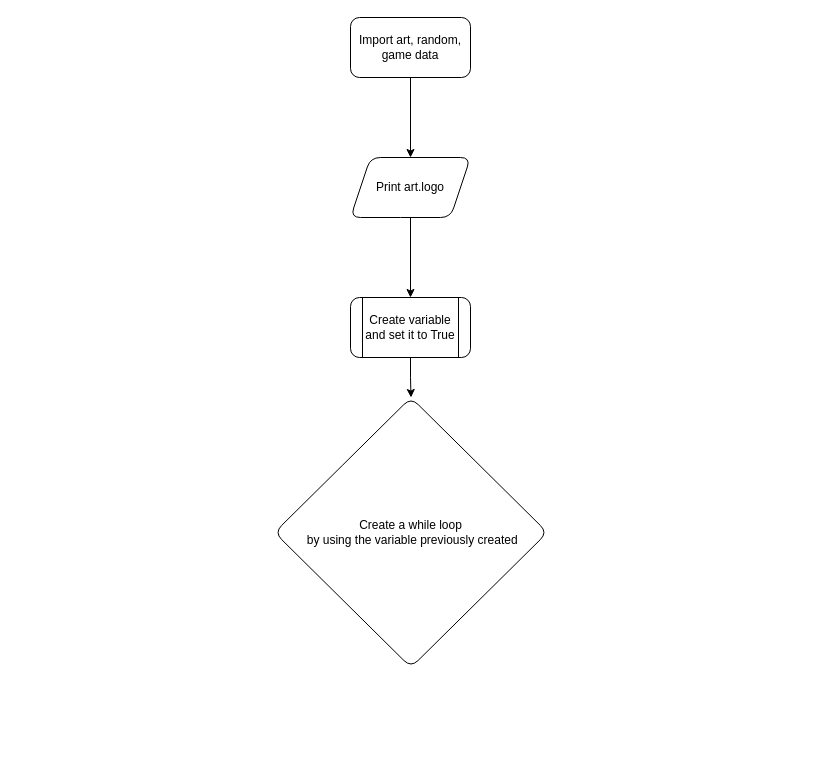
Matasem-h/new_flowcharts keeps this draw.io diagram as HighOrLowGame.drawio. Above is the earlier version. Source tidied: cells renumbered, new cells numbered last; positions are measured from the earlier drawing's top-left corner, leaving out a move shared by most shapes. Both pictures are drawn from the tidied source at 100%, with x=0, y=0 at pixel (274, 17).
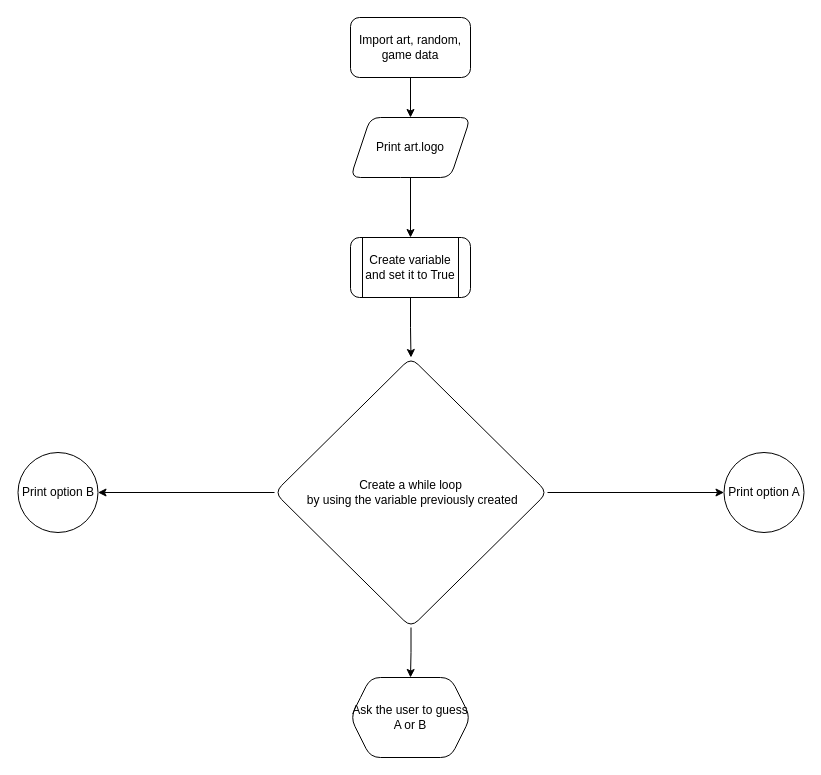
The same page after the edit.

Change to the diagram source:
```diff
@@
 <mxGraphModel>
   <root>
     <mxCell id="0" />
     <mxCell id="1" parent="0" />
     <mxCell id="2" style="edgeStyle=orthogonalEdgeStyle;rounded=0;jettySize=auto;html=1;" parent="1" edge="1" source="3" target="5">
       <mxGeometry relative="1" as="geometry" />
     </mxCell>
     <mxCell id="3" value="&lt;div&gt;Import art, random, game data&lt;br&gt;&lt;/div&gt;" style="rounded=1;whiteSpace=wrap;html=1;" parent="1" vertex="1">
       <mxGeometry x="76" width="120" height="60" as="geometry" />
     </mxCell>
     <mxCell id="4" style="edgeStyle=orthogonalEdgeStyle;rounded=0;jettySize=auto;html=1;" parent="1" edge="1" source="5" target="7">
       <mxGeometry relative="1" as="geometry" />
     </mxCell>
     <mxCell id="5" value="Print art.logo" style="shape=parallelogram;perimeter=parallelogramPerimeter;whiteSpace=wrap;html=1;fixedSize=1;rounded=1;" parent="1" vertex="1">
-      <mxGeometry x="76" y="140" width="120" height="60" as="geometry" />
+      <mxGeometry x="76" y="100" width="120" height="60" as="geometry" />
     </mxCell>
     <mxCell id="6" style="edgeStyle=orthogonalEdgeStyle;rounded=0;jettySize=auto;html=1;" parent="1" edge="1" source="7" target="8">
       <mxGeometry relative="1" as="geometry" />
     </mxCell>
     <mxCell id="7" value="Create variable and set it to True" style="shape=process;whiteSpace=wrap;html=1;backgroundOutline=1;rounded=1;" parent="1" vertex="1">
-      <mxGeometry x="76" y="280" width="120" height="60" as="geometry" />
+      <mxGeometry x="76" y="220" width="120" height="60" as="geometry" />
     </mxCell>
+    <mxCell id="9" style="edgeStyle=orthogonalEdgeStyle;rounded=0;jettySize=auto;html=1;" parent="1" edge="1" source="8" target="12">
+      <mxGeometry relative="1" as="geometry" />
+    </mxCell>
+    <mxCell id="10" style="edgeStyle=orthogonalEdgeStyle;rounded=0;jettySize=auto;html=1;" parent="1" edge="1" source="8" target="13">
+      <mxGeometry relative="1" as="geometry" />
+    </mxCell>
+    <mxCell id="11" style="edgeStyle=orthogonalEdgeStyle;rounded=0;jettySize=auto;html=1;" parent="1" edge="1" source="8" target="14">
+      <mxGeometry relative="1" as="geometry" />
+    </mxCell>
     <mxCell id="8" value="&lt;div&gt;Create a while loop&lt;/div&gt;&lt;div&gt;&amp;nbsp;by using the variable previously created&lt;br&gt;&lt;/div&gt;" style="rhombus;whiteSpace=wrap;html=1;rounded=1;" parent="1" vertex="1">
-      <mxGeometry y="380" width="273" height="270" as="geometry" />
+      <mxGeometry y="340" width="273" height="270" as="geometry" />
     </mxCell>
+    <mxCell id="12" value="Print option A" style="ellipse;whiteSpace=wrap;html=1;rounded=1;" parent="1" vertex="1">
+      <mxGeometry x="449.5" y="435" width="80" height="80" as="geometry" />
+    </mxCell>
+    <mxCell id="13" value="Print option B" style="ellipse;whiteSpace=wrap;html=1;rounded=1;" parent="1" vertex="1">
+      <mxGeometry x="-256.5" y="435" width="80" height="80" as="geometry" />
+    </mxCell>
+    <mxCell id="14" value="Ask the user to guess A or B" style="shape=hexagon;perimeter=hexagonPerimeter2;whiteSpace=wrap;html=1;fixedSize=1;rounded=1;" parent="1" vertex="1">
+      <mxGeometry x="76" y="660" width="120" height="80" as="geometry" />
+    </mxCell>
   </root>
 </mxGraphModel>
```
